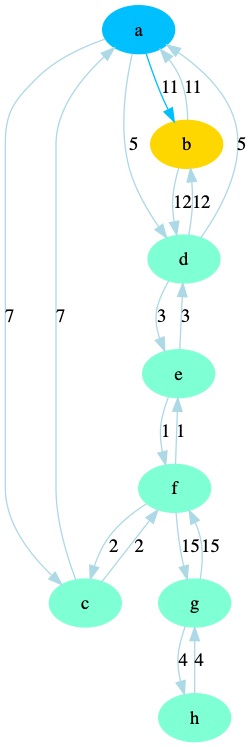
Above: run/output/graph003.gv.png in CarlosMatheus/Distributed-Minimum-Spanning-Tree (Graphviz), before the change. Its source is kept beside it as run/output/graph003.gv. The source it was exported from:
```dot
digraph "output/graph003" {
	a [color=deepskyblue1 style=filled]
	b [color=gold1 style=filled]
	c [color=aquamarine style=filled]
	d [color=aquamarine style=filled]
	e [color=aquamarine style=filled]
	f [color=aquamarine style=filled]
	g [color=aquamarine style=filled]
	h [color=aquamarine style=filled]
	a -> b [label=11 color=deepskyblue1]
	b -> a [label=11 color=lightblue]
	a -> c [label=7 color=lightblue]
	c -> a [label=7 color=lightblue]
	a -> d [label=5 color=lightblue]
	d -> a [label=5 color=lightblue]
	b -> d [label=12 color=lightblue]
	d -> b [label=12 color=lightblue]
	d -> e [label=3 color=lightblue]
	e -> d [label=3 color=lightblue]
	e -> f [label=1 color=lightblue]
	f -> e [label=1 color=lightblue]
	c -> f [label=2 color=lightblue]
	f -> c [label=2 color=lightblue]
	f -> g [label=15 color=lightblue]
	g -> f [label=15 color=lightblue]
	g -> h [label=4 color=lightblue]
	h -> g [label=4 color=lightblue]
}
```
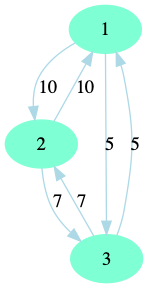
After the change.

The edit, as a diff of the source:
```diff
@@ -1,28 +1,11 @@
 digraph "output/graph003" {
-	a [color=deepskyblue1 style=filled]
-	b [color=gold1 style=filled]
-	c [color=aquamarine style=filled]
-	d [color=aquamarine style=filled]
-	e [color=aquamarine style=filled]
-	f [color=aquamarine style=filled]
-	g [color=aquamarine style=filled]
-	h [color=aquamarine style=filled]
-	a -> b [label=11 color=deepskyblue1]
-	b -> a [label=11 color=lightblue]
-	a -> c [label=7 color=lightblue]
-	c -> a [label=7 color=lightblue]
-	a -> d [label=5 color=lightblue]
-	d -> a [label=5 color=lightblue]
-	b -> d [label=12 color=lightblue]
-	d -> b [label=12 color=lightblue]
-	d -> e [label=3 color=lightblue]
-	e -> d [label=3 color=lightblue]
-	e -> f [label=1 color=lightblue]
-	f -> e [label=1 color=lightblue]
-	c -> f [label=2 color=lightblue]
-	f -> c [label=2 color=lightblue]
-	f -> g [label=15 color=lightblue]
-	g -> f [label=15 color=lightblue]
-	g -> h [label=4 color=lightblue]
-	h -> g [label=4 color=lightblue]
+	1 [color=aquamarine style=filled]
+	2 [color=aquamarine style=filled]
+	3 [color=aquamarine style=filled]
+	1 -> 2 [label=10 color=lightblue]
+	2 -> 1 [label=10 color=lightblue]
+	2 -> 3 [label=7 color=lightblue]
+	3 -> 2 [label=7 color=lightblue]
+	1 -> 3 [label=5 color=lightblue]
+	3 -> 1 [label=5 color=lightblue]
 }
```
